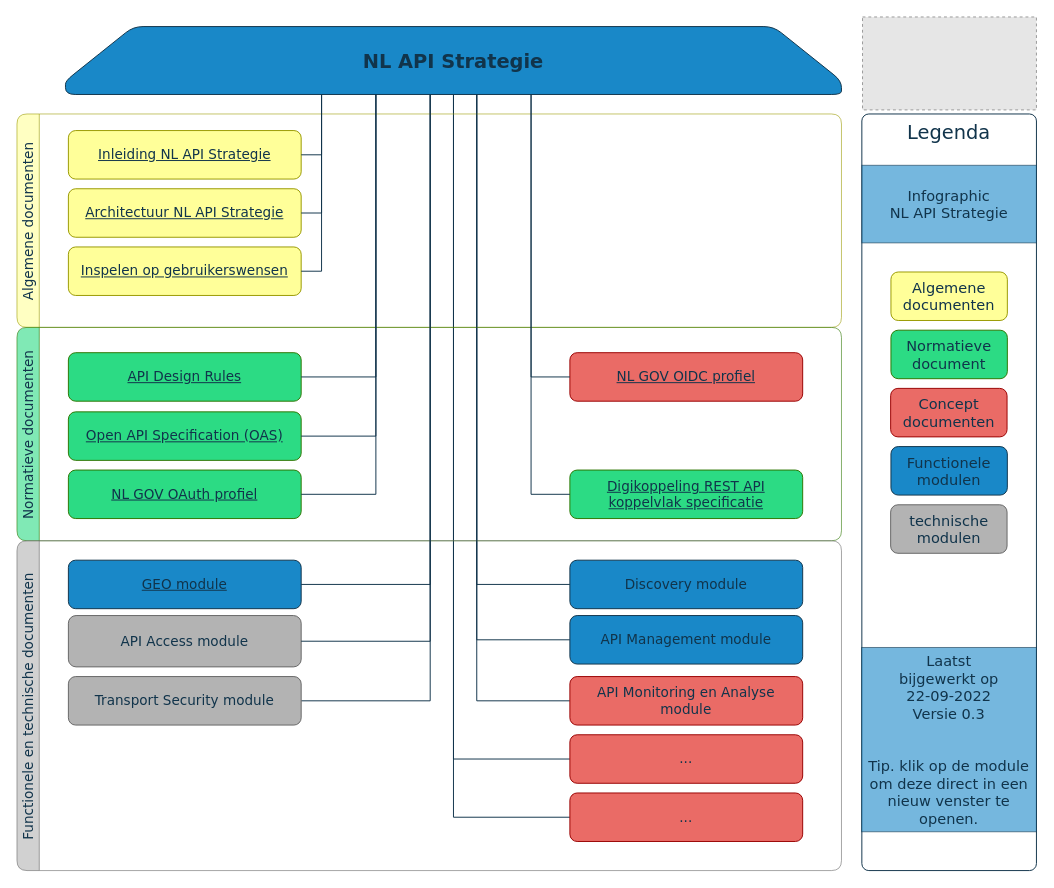
The draw.io diagram page "versie 03" (1 of 3) of media/API infographic.drawio in Geonovum/KP-APIs, before the edit. Source tidied: cells renumbered, new cells numbered last; positions are measured from the earlier drawing's top-left corner, leaving out a move shared by most shapes. Both pictures are drawn from the tidied source at 97%, with x=0, y=0 at pixel (16, 16). Pictures stored in the file or linked from it are replaced by grey dashed boxes.
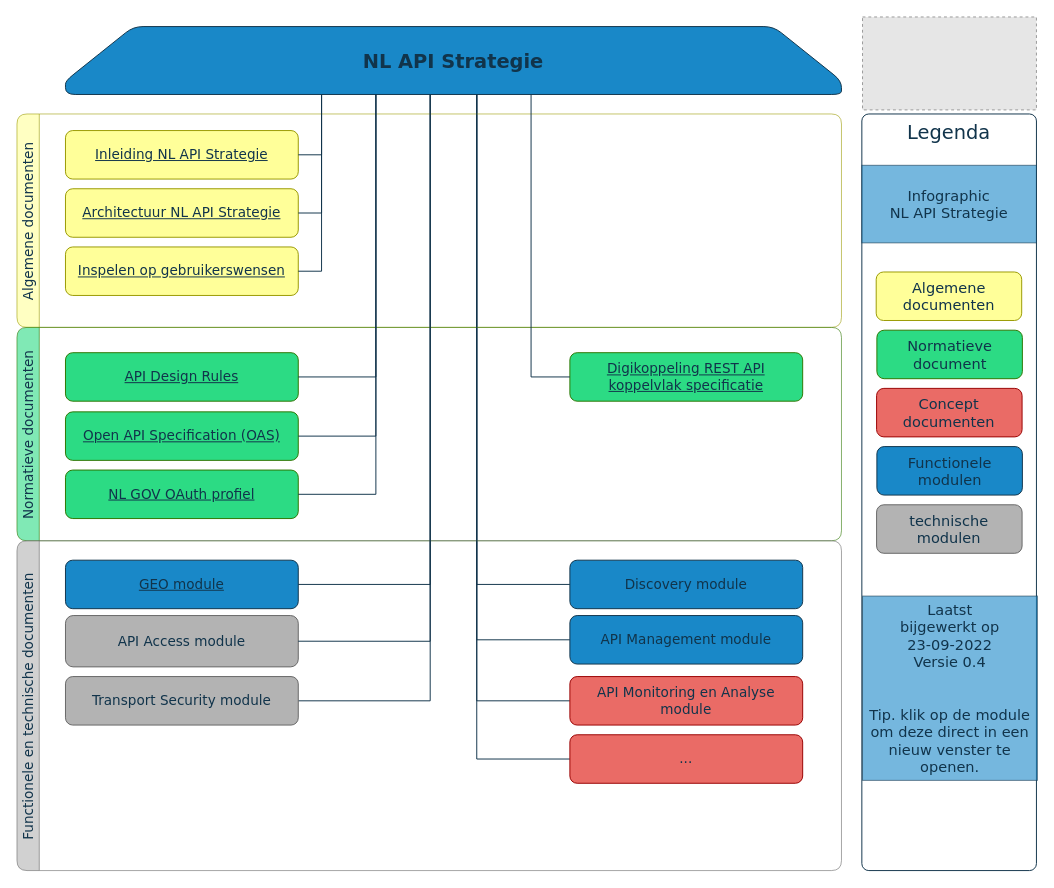
The same page after the edit.

Commit message (it also covers changes not shown here):
infographic bijgewerkt

Unchanged cells that the change refers to:
```xml
<mxCell id="9" value="Algemene documenten" style="swimlane;horizontal=0;rounded=1;strokeColor=#999900;fillColor=#FFFF99;fontFamily=Verdana;fontStyle=0;opacity=60;fontColor=#11344B;fontSize=14;" parent="1" vertex="1">
  <mxGeometry y="100" width="850" height="220" as="geometry" />
</mxCell>
<mxCell id="13" value="Normatieve documenten" style="swimlane;horizontal=0;rounded=1;strokeColor=#2D7600;fillColor=#2CDB84;fontFamily=Verdana;fontStyle=0;opacity=60;fontColor=#11344B;fontSize=14;" parent="1" vertex="1">
  <mxGeometry y="320" width="850" height="220" as="geometry" />
</mxCell>
<mxCell id="20" value="&lt;span&gt;NL API Strategie&lt;/span&gt;" style="shape=loopLimit;whiteSpace=wrap;html=1;fontSize=20;fillColor=#1988C8;fontFamily=Verdana;fontStyle=1;size=140;fontColor=#11344B;strokeColor=#11344B;rounded=1;points=[[0,0,0,0,0],[0,0.26,0,0,0],[0,0.5,0,0,0],[0,0.74,0,0,0],[0,1,0,0,0],[0.07,1,0,0,0],[0.13,1,0,0,0],[0.2,1,0,0,0],[0.25,0,0,0,0],[0.25,1,0,0,0],[0.27,1,0,0,0],[0.33,1,0,0,0],[0.4,1,0,0,0],[0.47,1,0,0,0],[0.5,0,0,0,0],[0.5,1,0,0,0],[0.53,1,0,0,0],[0.6,1,0,0,0],[0.67,1,0,0,0],[0.73,1,0,0,0],[0.75,0,0,0,0],[0.75,1,0,0,0],[0.8,1,0,0,0],[0.87,1,0,0,0],[0.93,1,0,0,0],[1,0,0,0,0],[1,0.26,0,0,0],[1,0.5,0,0,0],[1,0.76,0,0,0],[1,1,0,0,0]];" parent="1" vertex="1">
  <mxGeometry x="50" y="9.9" width="800" height="70" as="geometry" />
</mxCell>
<mxCell id="21" value="Functionele en technische documenten" style="swimlane;horizontal=0;rounded=1;strokeColor=#666666;fillColor=#B3B3B3;fontFamily=Verdana;fontStyle=0;opacity=60;fontColor=#11344B;fontSize=14;" parent="1" vertex="1">
  <mxGeometry y="540" width="850" height="340" as="geometry" />
</mxCell>
<mxCell id="26" value="..." style="rounded=1;whiteSpace=wrap;html=1;fontSize=14;fontStyle=0;fillColor=#EA6B66;strokeColor=#990000;fontColor=#11344B;fontFamily=Verdana;" parent="21" vertex="1">
  <mxGeometry x="570" y="200" width="240" height="50" as="geometry" />
</mxCell>
```

The edit, as a diff of the source:
```diff
@@
-    <mxCell id="3" style="endArrow=none;html=1;rounded=0;fontFamily=Verdana;fontColor=#11344B;strokeColor=#11344B;entryX=0.5;entryY=1;entryDx=0;entryDy=0;entryPerimeter=0;exitX=0;exitY=0.5;exitDx=0;exitDy=0;edgeStyle=orthogonalEdgeStyle;" parent="1" edge="1" source="26" target="20">
+    <mxCell id="3" style="endArrow=none;html=1;rounded=0;fontFamily=Verdana;fontColor=#11344B;strokeColor=#11344B;entryX=0.53;entryY=1;entryDx=0;entryDy=0;entryPerimeter=0;exitX=0;exitY=0.5;exitDx=0;exitDy=0;edgeStyle=orthogonalEdgeStyle;" parent="1" edge="1" source="26" target="20">
       <mxGeometry relative="1" as="geometry">
         <Array as="points">
-          <mxPoint x="450" y="765" />
+          <mxPoint x="474" y="765" />
         </Array>
       </mxGeometry>
     </mxCell>
@@
-    <mxCell id="6" style="endArrow=none;html=1;rounded=0;fontFamily=Verdana;fontColor=#11344B;strokeColor=#11344B;entryX=0.5;entryY=1;entryDx=0;entryDy=0;entryPerimeter=0;edgeStyle=orthogonalEdgeStyle;exitX=0;exitY=0.5;exitDx=0;exitDy=0;" parent="1" edge="1" source="28" target="20">
-      <mxGeometry relative="1" as="geometry" />
-    </mxCell>
@@
     <mxCell id="8" value="Normatieve&lt;br style=&quot;font-size: 15px;&quot;&gt;document" style="rounded=1;whiteSpace=wrap;html=1;fontSize=15;fontStyle=0;fillColor=#2CDB84;strokeColor=#2D7600;fontColor=#11344B;fontFamily=Verdana;" parent="1" vertex="1">
-      <mxGeometry x="901" y="322.9" width="120" height="50" as="geometry" />
+      <mxGeometry x="886.5" y="322.9" width="150" height="50" as="geometry" />
     </mxCell>
@@
     <mxCell id="10" value="Inleiding NL API Strategie" style="rounded=1;whiteSpace=wrap;html=1;fontSize=14;fontStyle=4;fillColor=#FFFF99;strokeColor=#999900;fontColor=#11344B;fontFamily=Verdana;" parent="9" vertex="1">
-      <mxGeometry x="53" y="17.1" width="240" height="50" as="geometry" />
+      <mxGeometry x="50" y="17.1" width="240" height="50" as="geometry" />
     </mxCell>
     <mxCell id="11" value="Inspelen op gebruikerswensen" style="rounded=1;whiteSpace=wrap;html=1;fontSize=14;fontStyle=4;fillColor=#FFFF99;strokeColor=#999900;fontColor=#11344B;fontFamily=Verdana;" parent="9" vertex="1">
-      <mxGeometry x="53" y="137.1" width="240" height="50" as="geometry" />
+      <mxGeometry x="50" y="137.1" width="240" height="50" as="geometry" />
     </mxCell>
     <mxCell id="12" value="Architectuur NL API Strategie" style="rounded=1;whiteSpace=wrap;html=1;fontSize=14;fontStyle=4;fillColor=#FFFF99;strokeColor=#999900;fontColor=#11344B;fontFamily=Verdana;" parent="9" vertex="1">
-      <mxGeometry x="53" y="77.1" width="240" height="50" as="geometry" />
+      <mxGeometry x="50" y="77.1" width="240" height="50" as="geometry" />
     </mxCell>
@@
     <mxCell id="14" value="API Design Rules" style="rounded=1;whiteSpace=wrap;html=1;fontSize=14;fontStyle=4;fillColor=#2CDB84;strokeColor=#2D7600;fontColor=#11344B;fontFamily=Verdana;" parent="13" vertex="1">
-      <mxGeometry x="53" y="26.1" width="240" height="50" as="geometry" />
+      <mxGeometry x="50" y="26.1" width="240" height="50" as="geometry" />
     </mxCell>
     <mxCell id="15" value="Open API Specification (OAS)" style="rounded=1;whiteSpace=wrap;html=1;fontSize=14;fontStyle=4;fillColor=#2CDB84;strokeColor=#2D7600;fontColor=#11344B;fontFamily=Verdana;" parent="13" vertex="1">
-      <mxGeometry x="53" y="87.1" width="240" height="50" as="geometry" />
+      <mxGeometry x="50" y="87.1" width="240" height="50" as="geometry" />
     </mxCell>
     <mxCell id="16" value="NL GOV OAuth profiel" style="rounded=1;whiteSpace=wrap;html=1;fontSize=14;fontStyle=4;fillColor=#2CDB84;strokeColor=#2D7600;fontColor=#11344B;fontFamily=Verdana;" parent="13" vertex="1">
-      <mxGeometry x="53" y="147.1" width="240" height="50" as="geometry" />
+      <mxGeometry x="50" y="147.1" width="240" height="50" as="geometry" />
     </mxCell>
-    <mxCell id="17" value="NL GOV OIDC profiel" style="rounded=1;whiteSpace=wrap;html=1;fontSize=14;fontStyle=4;fillColor=#EA6B66;strokeColor=#990000;fontColor=#11344B;fontFamily=Verdana;" parent="13" vertex="1">
-      <mxGeometry x="570" y="26.1" width="240" height="50" as="geometry" />
-    </mxCell>
     <mxCell id="18" value="Digikoppeling REST API koppelvlak specificatie" style="rounded=1;whiteSpace=wrap;html=1;fontSize=14;fontStyle=4;fillColor=#2CDB84;strokeColor=#2D7600;fontColor=#11344B;fontFamily=Verdana;" parent="13" vertex="1">
-      <mxGeometry x="570" y="147.1" width="240" height="50" as="geometry" />
+      <mxGeometry x="570" y="26.1" width="240" height="50" as="geometry" />
     </mxCell>
@@
     <mxCell id="22" value="GEO module" style="rounded=1;whiteSpace=wrap;html=1;fontSize=14;fontStyle=4;fillColor=#1988C8;strokeColor=#11344B;fontColor=#11344B;fontFamily=Verdana;" parent="21" vertex="1">
-      <mxGeometry x="53" y="20" width="240" height="50" as="geometry" />
+      <mxGeometry x="50" y="20" width="240" height="50" as="geometry" />
     </mxCell>
     <mxCell id="23" value="Transport Security module&lt;br&gt;" style="rounded=1;whiteSpace=wrap;html=1;fontSize=14;fontStyle=0;fillColor=#B3B3B3;strokeColor=#666666;fontColor=#11344B;fontFamily=Verdana;" parent="21" vertex="1">
-      <mxGeometry x="53" y="140" width="240" height="50" as="geometry" />
+      <mxGeometry x="50" y="140" width="240" height="50" as="geometry" />
     </mxCell>
@@
-    <mxCell id="28" value="..." style="rounded=1;whiteSpace=wrap;html=1;fontSize=14;fontStyle=0;fillColor=#EA6B66;strokeColor=#990000;fontColor=#11344B;fontFamily=Verdana;" parent="21" vertex="1">
-      <mxGeometry x="570" y="260" width="240" height="50" as="geometry" />
-    </mxCell>
     <mxCell id="29" value="API Access module" style="rounded=1;whiteSpace=wrap;html=1;fontSize=14;fontStyle=0;fillColor=#B3B3B3;strokeColor=#666666;fontColor=#11344B;fontFamily=Verdana;" parent="21" vertex="1">
-      <mxGeometry x="53" y="77.1" width="240" height="52.9" as="geometry" />
+      <mxGeometry x="50" y="77.1" width="240" height="52.9" as="geometry" />
     </mxCell>
     <mxCell id="30" value="Algemene documenten" style="rounded=1;whiteSpace=wrap;html=1;fontSize=15;fontStyle=0;fillColor=#FFFF99;strokeColor=#999900;fontColor=#11344B;fontFamily=Verdana;" parent="1" vertex="1">
-      <mxGeometry x="901" y="262.9" width="120" height="50" as="geometry" />
+      <mxGeometry x="885.8" y="262.9" width="150" height="50" as="geometry" />
     </mxCell>
     <mxCell id="31" value="Concept documenten" style="rounded=1;whiteSpace=wrap;html=1;fontSize=15;fontStyle=0;fillColor=#EA6B66;strokeColor=#990000;fontColor=#11344B;fontFamily=Verdana;" parent="1" vertex="1">
-      <mxGeometry x="900.7" y="382.9" width="120" height="50" as="geometry" />
+      <mxGeometry x="886.2" y="382.9" width="150" height="50" as="geometry" />
     </mxCell>
     <mxCell id="32" value="Functionele modulen" style="rounded=1;whiteSpace=wrap;html=1;fontSize=15;fontStyle=0;fillColor=#1988C8;strokeColor=#11344B;fontColor=#11344B;fontFamily=Verdana;" parent="1" vertex="1">
-      <mxGeometry x="901" y="442.9" width="120" height="50" as="geometry" />
+      <mxGeometry x="886.5" y="442.9" width="150" height="50" as="geometry" />
     </mxCell>
     <mxCell id="33" value="technische modulen" style="rounded=1;whiteSpace=wrap;html=1;fontSize=15;fontStyle=0;fillColor=#B3B3B3;strokeColor=#666666;fontColor=#11344B;fontFamily=Verdana;" parent="1" vertex="1">
-      <mxGeometry x="900.7" y="502.9" width="120" height="50" as="geometry" />
+      <mxGeometry x="886.2" y="502.9" width="150" height="50" as="geometry" />
     </mxCell>
@@
-    <mxCell id="39" style="endArrow=none;html=1;rounded=0;fontFamily=Verdana;fontColor=#11344B;strokeColor=#11344B;entryX=0.6;entryY=1;entryDx=0;entryDy=0;entryPerimeter=0;exitX=0;exitY=0.5;exitDx=0;exitDy=0;edgeStyle=orthogonalEdgeStyle;" parent="1" edge="1" source="17" target="20">
-      <mxGeometry relative="1" as="geometry" />
-    </mxCell>
@@
-    <mxCell id="43" value="Laatst &lt;br&gt;bijgewerkt op &lt;br&gt;22-09-2022&lt;br&gt;Versie 0.3&lt;br&gt;&lt;br&gt;&lt;br&gt;Tip. klik op de module om deze direct in een nieuw venster te openen." style="text;html=1;strokeColor=#11344B;fillColor=#1988C8;align=center;verticalAlign=middle;whiteSpace=wrap;rounded=0;fontFamily=Verdana;fontSize=15;fontColor=#11344B;opacity=60;" parent="1" vertex="1">
-      <mxGeometry x="870.7" y="650" width="180.3" height="190" as="geometry" />
+    <mxCell id="43" value="Laatst &lt;br&gt;bijgewerkt op &lt;br&gt;23-09-2022&lt;br&gt;Versie 0.4&lt;br&gt;&lt;br&gt;&lt;br&gt;Tip. klik op de module om deze direct in een nieuw venster te openen." style="text;html=1;strokeColor=#11344B;fillColor=#1988C8;align=center;verticalAlign=middle;whiteSpace=wrap;rounded=0;fontFamily=Verdana;fontSize=15;fontColor=#11344B;opacity=60;" parent="1" vertex="1">
+      <mxGeometry x="871.7" y="597" width="180.3" height="190" as="geometry" />
     </mxCell>
```
